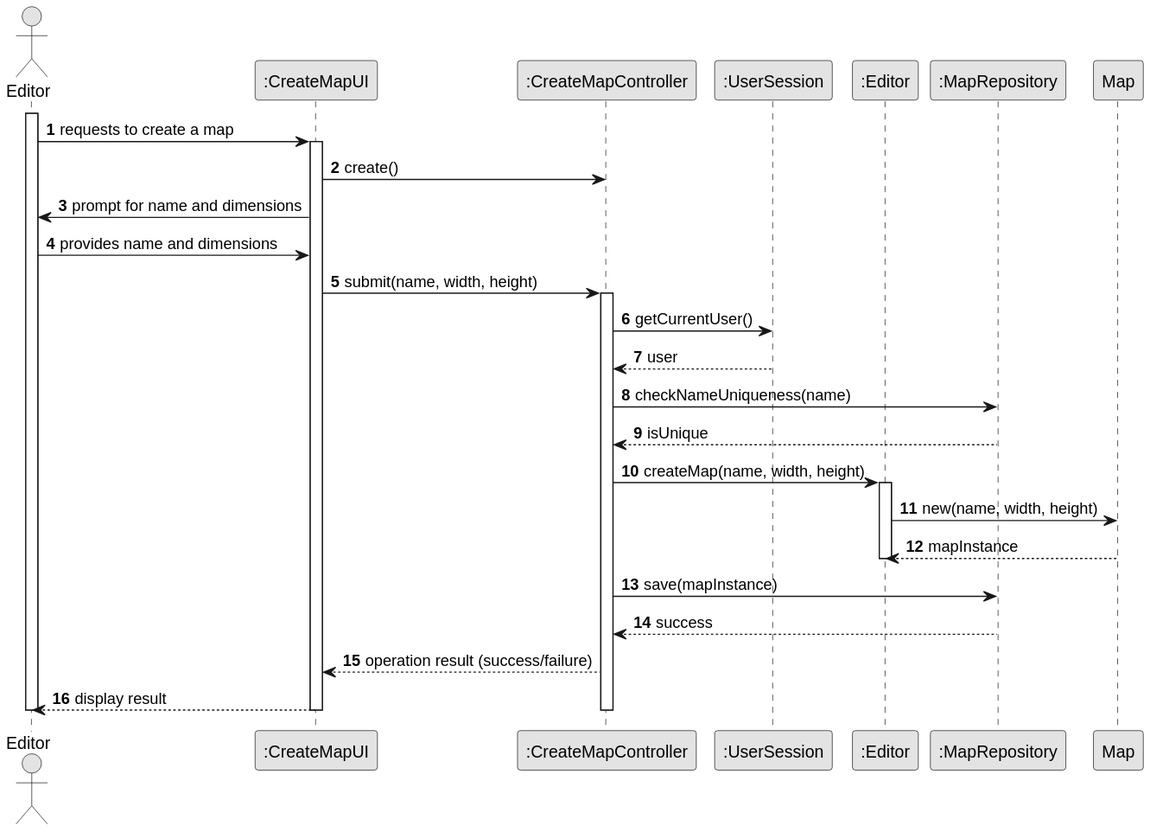
Above: docs/sprint2/us001/03.design/svg/us001-full-diagram.svg in ivasduarte/all-aboard (PlantUML), before the change.
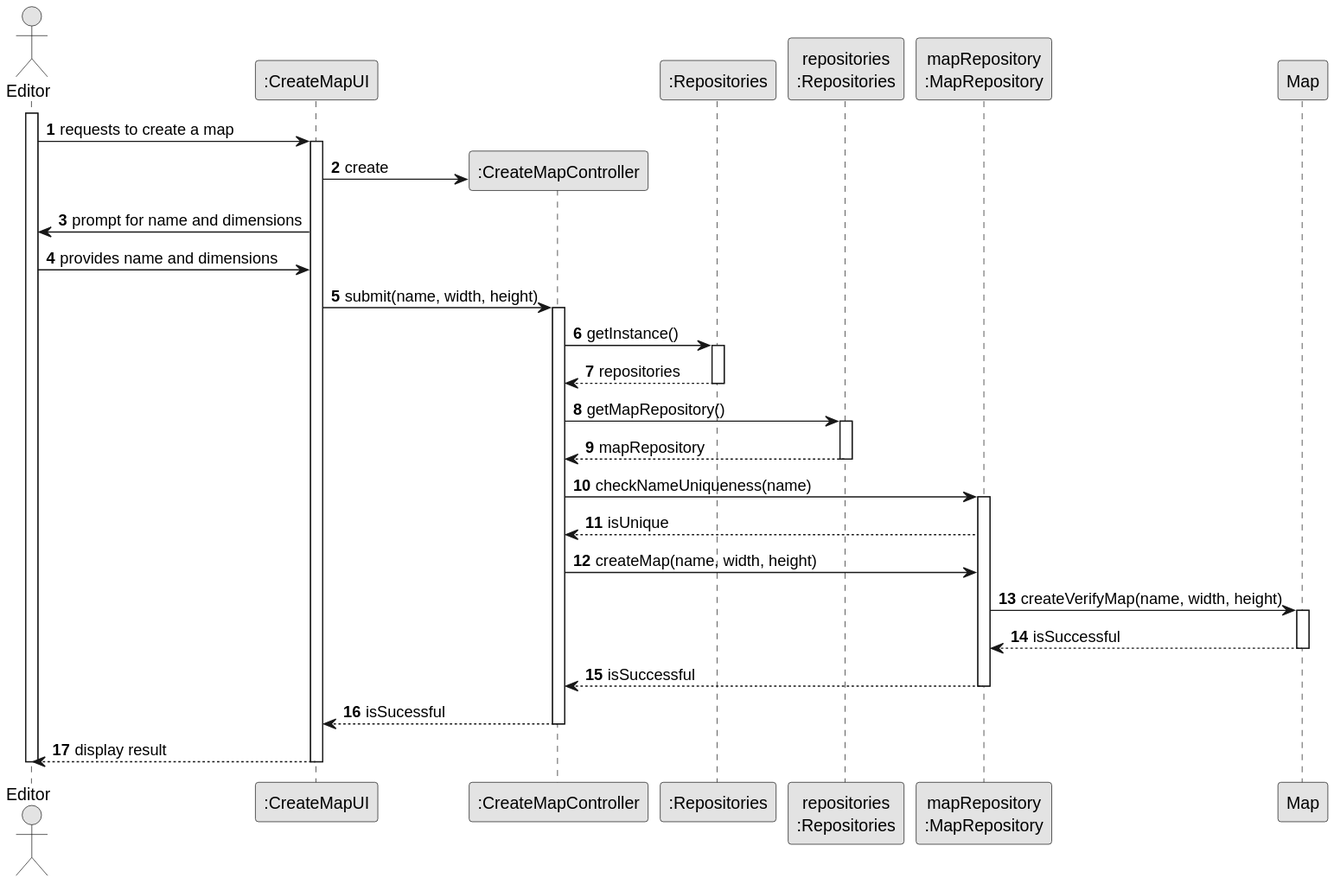
After the change.

Commit message:
US001(docs): addition of repositories in sd

What changed in the source:
```diff
@@ -7,9 +7,9 @@
 actor "Editor" as Editor
 participant ":CreateMapUI" as UI
 participant ":CreateMapController" as CTRL
-participant ":UserSession" as US
-participant ":Editor" as EditorDom
-participant ":MapRepository" as Repo
+participant ":Repositories" as reps
+participant "repositories\n:Repositories" as PLAT
+participant "mapRepository\n:MapRepository" as Repo
 participant "Map" as Map
 
 activate Editor
@@ -17,7 +17,7 @@
 Editor -> UI : requests to create a map
 
 activate UI
-UI -> CTRL : create()
+UI -> CTRL** : create
 
 UI -> Editor : prompt for name and dimensions
 Editor -> UI : provides name and dimensions
@@ -25,25 +25,37 @@
 
 activate CTRL
 
-CTRL -> US : getCurrentUser()
-US --> CTRL : user
+CTRL -> reps : getInstance()
+activate reps
+
+reps --> CTRL : repositories
+deactivate reps
+
+CTRL -> PLAT : getMapRepository()
+activate PLAT
+
+PLAT --> CTRL: mapRepository
+deactivate PLAT
 
 CTRL -> Repo : checkNameUniqueness(name)
+activate Repo
+
 Repo --> CTRL : isUnique
+CTRL -> Repo : createMap(name, width, height)
 
-CTRL -> EditorDom : createMap(name, width, height)
-activate EditorDom
-EditorDom -> Map : new(name, width, height)
-Map --> EditorDom : mapInstance
-deactivate EditorDom
+Repo -> Map : createVerifyMap(name, width, height)
+activate Map
 
-CTRL -> Repo : save(mapInstance)
-Repo --> CTRL : success
+Map --> Repo: isSuccessful
+deactivate Map
 
-CTRL --> UI : operation result (success/failure)
+Repo --> CTRL : isSuccessful
+deactivate Repo
+
+CTRL --> UI : isSucessful
+deactivate CTRL
+
 UI --> Editor : display result
-
-deactivate CTRL
 deactivate UI
 deactivate Editor
 @enduml
```
